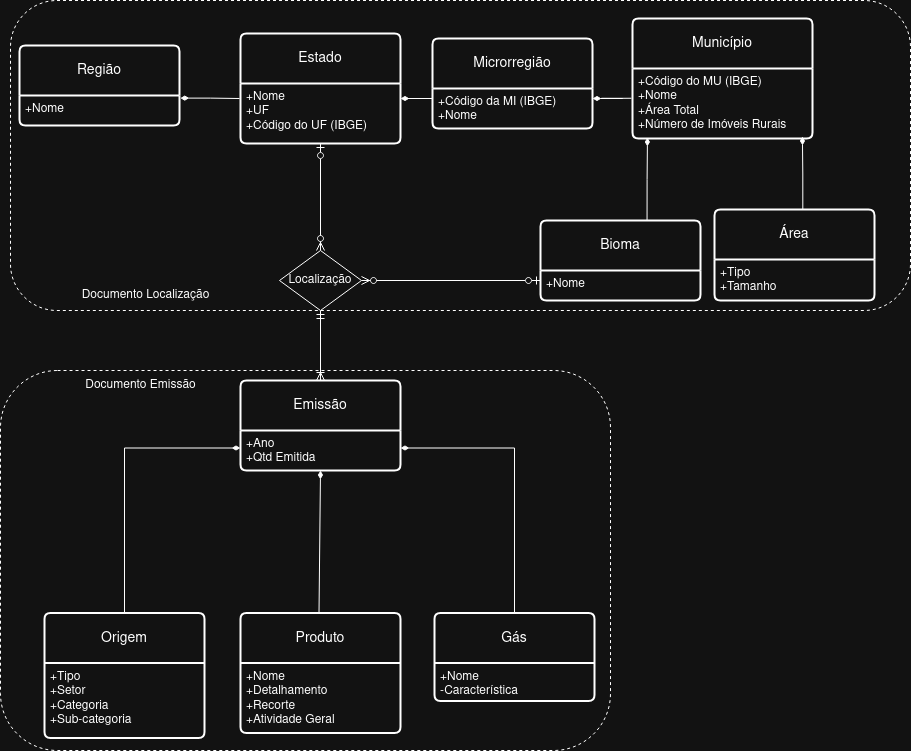
The draw.io diagram models/modeloLogico.png in cazarimh/MC536-P2, before a commit. Source tidied: cells renumbered, new cells last; positions are measured from the earlier drawing's top-left corner, leaving out a move shared by most shapes.
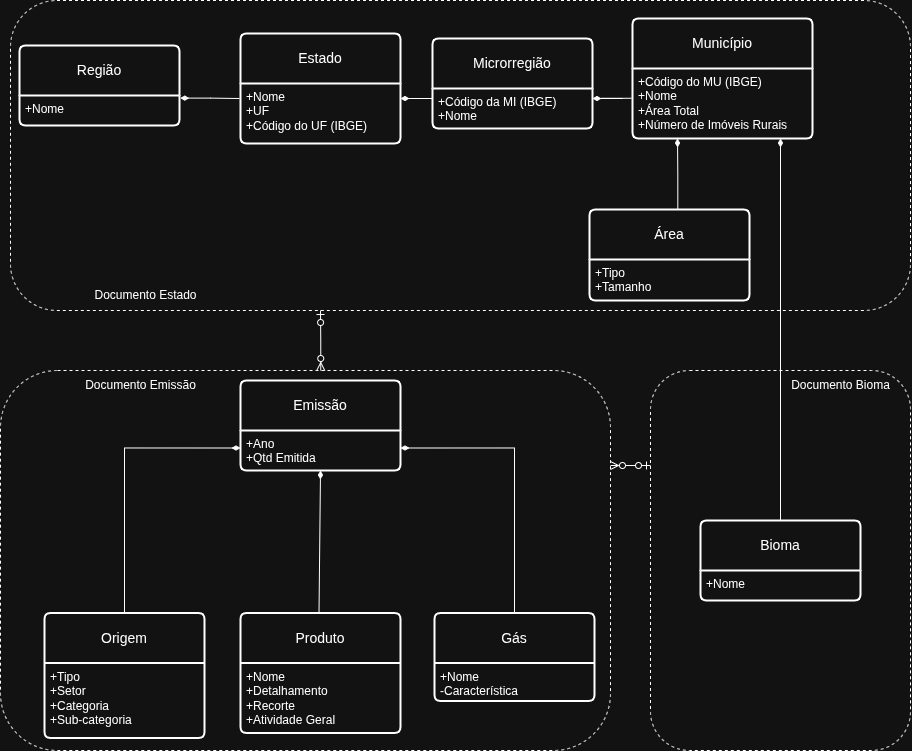
The same file after the commit.

Diff of the diagram source:
```diff
@@ -2,6 +2,9 @@
   <root>
     <mxCell id="0" />
     <mxCell id="1" parent="0" />
+    <mxCell id="39" style="rounded=1;whiteSpace=wrap;html=1;fillColor=none;dashed=1;" parent="1" vertex="1">
+      <mxGeometry x="650" y="370" width="260" height="380" as="geometry" />
+    </mxCell>
     <mxCell id="2" style="rounded=1;whiteSpace=wrap;html=1;fillColor=none;dashed=1;" parent="1" vertex="1">
       <mxGeometry x="10" width="900" height="310" as="geometry" />
     </mxCell>
@@ -30,14 +33,11 @@
       <mxGeometry y="50" width="180" height="70" as="geometry" />
     </mxCell>
     <mxCell id="11" value="Área" style="swimlane;horizontal=1;startSize=50;rounded=1;fontSize=14;fontStyle=0;strokeWidth=2;shadow=0;dashed=0;align=center;arcSize=4;whiteSpace=wrap;html=1;" parent="1" vertex="1">
-      <mxGeometry x="714" y="209" width="160" height="91" as="geometry" />
+      <mxGeometry x="589" y="209" width="160" height="91" as="geometry" />
     </mxCell>
     <mxCell id="12" value="+Tipo&lt;div&gt;+Tamanho&lt;/div&gt;" style="align=left;strokeColor=none;fillColor=none;spacingLeft=4;spacingRight=4;fontSize=12;verticalAlign=top;html=1;whiteSpace=wrap;" parent="11" vertex="1">
       <mxGeometry y="50" width="160" height="41" as="geometry" />
     </mxCell>
-    <mxCell id="13" style="fontSize=12;html=1;endArrow=ERzeroToOne;startArrow=ERzeroToMany;rounded=0;entryX=0;entryY=0.75;entryDx=0;entryDy=0;exitX=1;exitY=0.5;exitDx=0;exitDy=0;endFill=0;" parent="1" edge="1" source="33" target="21">
-      <mxGeometry relative="1" as="geometry" />
-    </mxCell>
     <mxCell id="14" value="Origem" style="swimlane;horizontal=1;startSize=50;rounded=1;fontSize=14;fontStyle=0;strokeWidth=2;shadow=0;dashed=0;align=center;arcSize=4;whiteSpace=wrap;html=1;" parent="1" vertex="1">
       <mxGeometry x="44" y="612.5" width="160" height="125" as="geometry" />
     </mxCell>
@@ -66,20 +66,19 @@
         </Array>
       </mxGeometry>
     </mxCell>
-    <mxCell id="19" style="fontSize=12;html=1;endArrow=diamondThin;startArrow=none;rounded=0;entryX=0.944;entryY=0.971;entryDx=0;entryDy=0;exitX=0.552;exitY=-0.002;exitDx=0;exitDy=0;exitPerimeter=0;edgeStyle=orthogonalEdgeStyle;entryPerimeter=0;startFill=0;endFill=1;" parent="1" edge="1" source="11" target="10">
+    <mxCell id="19" style="fontSize=12;html=1;endArrow=diamondThin;startArrow=none;rounded=0;entryX=0.25;entryY=1;entryDx=0;entryDy=0;exitX=0.552;exitY=-0.002;exitDx=0;exitDy=0;exitPerimeter=0;edgeStyle=orthogonalEdgeStyle;startFill=0;endFill=1;" parent="1" edge="1" source="11" target="10">
       <mxGeometry relative="1" as="geometry" />
     </mxCell>
-    <mxCell id="20" style="fontSize=12;html=1;endArrow=ERzeroToOne;startArrow=ERzeroToMany;rounded=0;entryX=0.5;entryY=1;entryDx=0;entryDy=0;exitX=0.5;exitY=0;exitDx=0;exitDy=0;endFill=0;" parent="1" edge="1" source="33" target="6">
-      <mxGeometry relative="1" as="geometry" />
-    </mxCell>
     <mxCell id="21" value="Bioma" style="swimlane;horizontal=1;startSize=50;rounded=1;fontSize=14;fontStyle=0;strokeWidth=2;shadow=0;dashed=0;align=center;arcSize=4;whiteSpace=wrap;html=1;" parent="1" vertex="1">
-      <mxGeometry x="540" y="220" width="160" height="80" as="geometry" />
+      <mxGeometry x="700" y="520" width="160" height="80" as="geometry" />
     </mxCell>
     <mxCell id="22" value="+Nome&lt;div&gt;&lt;br&gt;&lt;/div&gt;" style="align=left;strokeColor=none;fillColor=none;spacingLeft=4;spacingRight=4;fontSize=12;verticalAlign=top;html=1;whiteSpace=wrap;" parent="21" vertex="1">
       <mxGeometry y="50" width="160" height="30" as="geometry" />
     </mxCell>
-    <mxCell id="23" style="fontSize=12;html=1;endArrow=diamondThin;startArrow=none;rounded=0;entryX=0.083;entryY=0.986;entryDx=0;entryDy=0;exitX=0.666;exitY=0.001;exitDx=0;exitDy=0;exitPerimeter=0;edgeStyle=orthogonalEdgeStyle;entryPerimeter=0;startFill=0;endFill=1;" parent="1" edge="1" source="21" target="10">
-      <mxGeometry relative="1" as="geometry" />
+    <mxCell id="23" style="fontSize=12;html=1;endArrow=diamondThin;startArrow=none;rounded=0;exitX=0.5;exitY=0;exitDx=0;exitDy=0;edgeStyle=orthogonalEdgeStyle;startFill=0;endFill=1;" parent="1" edge="1" source="21">
+      <mxGeometry relative="1" as="geometry">
+        <mxPoint x="780" y="138" as="targetPoint" />
+      </mxGeometry>
     </mxCell>
     <mxCell id="24" value="Produto" style="swimlane;horizontal=1;startSize=50;rounded=1;fontSize=14;fontStyle=0;strokeWidth=2;shadow=0;dashed=0;align=center;arcSize=4;whiteSpace=wrap;html=1;" parent="1" vertex="1">
       <mxGeometry x="240" y="612.5" width="160" height="120" as="geometry" />
@@ -109,26 +108,31 @@
         <mxPoint x="510" y="489.9" as="targetPoint" />
       </mxGeometry>
     </mxCell>
-    <mxCell id="32" style="edgeStyle=orthogonalEdgeStyle;rounded=0;jettySize=auto;html=1;entryX=0.5;entryY=1;entryDx=0;entryDy=0;startArrow=ERoneToMany;startFill=0;endArrow=ERmandOne;endFill=0;exitX=0.5;exitY=0;exitDx=0;exitDy=0;" parent="1" edge="1" source="34" target="33">
-      <mxGeometry relative="1" as="geometry" />
+    <mxCell id="32" style="edgeStyle=orthogonalEdgeStyle;rounded=0;jettySize=auto;html=1;entryX=0.5;entryY=1;entryDx=0;entryDy=0;startArrow=ERzeroToMany;startFill=0;endArrow=ERzeroToOne;endFill=0;exitX=0.525;exitY=0;exitDx=0;exitDy=0;exitPerimeter=0;" parent="1" edge="1" source="36">
+      <mxGeometry relative="1" as="geometry">
+        <mxPoint x="320" y="310" as="targetPoint" />
+      </mxGeometry>
     </mxCell>
-    <mxCell id="33" value="Localização" style="rhombus;whiteSpace=wrap;html=1;" parent="1" vertex="1">
-      <mxGeometry x="279" y="250" width="82" height="60" as="geometry" />
-    </mxCell>
     <mxCell id="34" value="Emissão" style="swimlane;horizontal=1;startSize=50;rounded=1;fontSize=14;fontStyle=0;strokeWidth=2;shadow=0;dashed=0;align=center;arcSize=4;whiteSpace=wrap;html=1;" parent="1" vertex="1">
       <mxGeometry x="240" y="380" width="160" height="90" as="geometry" />
     </mxCell>
     <mxCell id="35" value="&lt;div&gt;+Ano&lt;/div&gt;&lt;div&gt;+Qtd Emitida&lt;/div&gt;" style="align=left;strokeColor=none;fillColor=none;spacingLeft=4;spacingRight=4;fontSize=12;verticalAlign=top;html=1;whiteSpace=wrap;" parent="34" vertex="1">
       <mxGeometry y="50" width="160" height="40" as="geometry" />
     </mxCell>
+    <mxCell id="40" style="edgeStyle=orthogonalEdgeStyle;rounded=0;jettySize=auto;html=1;entryX=0;entryY=0.25;entryDx=0;entryDy=0;exitX=1;exitY=0.25;exitDx=0;exitDy=0;endArrow=ERzeroToOne;endFill=0;startArrow=ERzeroToMany;startFill=0;" parent="1" edge="1" source="36" target="39">
+      <mxGeometry relative="1" as="geometry" />
+    </mxCell>
     <mxCell id="36" style="rounded=1;whiteSpace=wrap;html=1;fillColor=none;dashed=1;" parent="1" vertex="1">
       <mxGeometry y="370" width="610" height="380" as="geometry" />
     </mxCell>
     <mxCell id="37" value="Documento Emissão" style="text;html=1;align=center;verticalAlign=middle;strokeColor=none;fillColor=none;" parent="1" vertex="1">
       <mxGeometry x="75" y="370" width="130" height="30" as="geometry" />
     </mxCell>
-    <mxCell id="38" value="Documento Localização" style="text;html=1;align=center;verticalAlign=middle;strokeColor=none;fillColor=none;" parent="1" vertex="1">
-      <mxGeometry x="70" y="280" width="150" height="30" as="geometry" />
+    <mxCell id="38" value="Documento Estado" style="text;html=1;align=center;verticalAlign=middle;strokeColor=none;fillColor=none;" parent="1" vertex="1">
+      <mxGeometry x="80" y="280" width="130" height="30" as="geometry" />
     </mxCell>
+    <mxCell id="41" value="Documento Bioma" style="text;html=1;align=center;verticalAlign=middle;strokeColor=none;fillColor=none;" parent="1" vertex="1">
+      <mxGeometry x="780" y="370" width="120" height="30" as="geometry" />
+    </mxCell>
   </root>
 </mxGraphModel>
```
